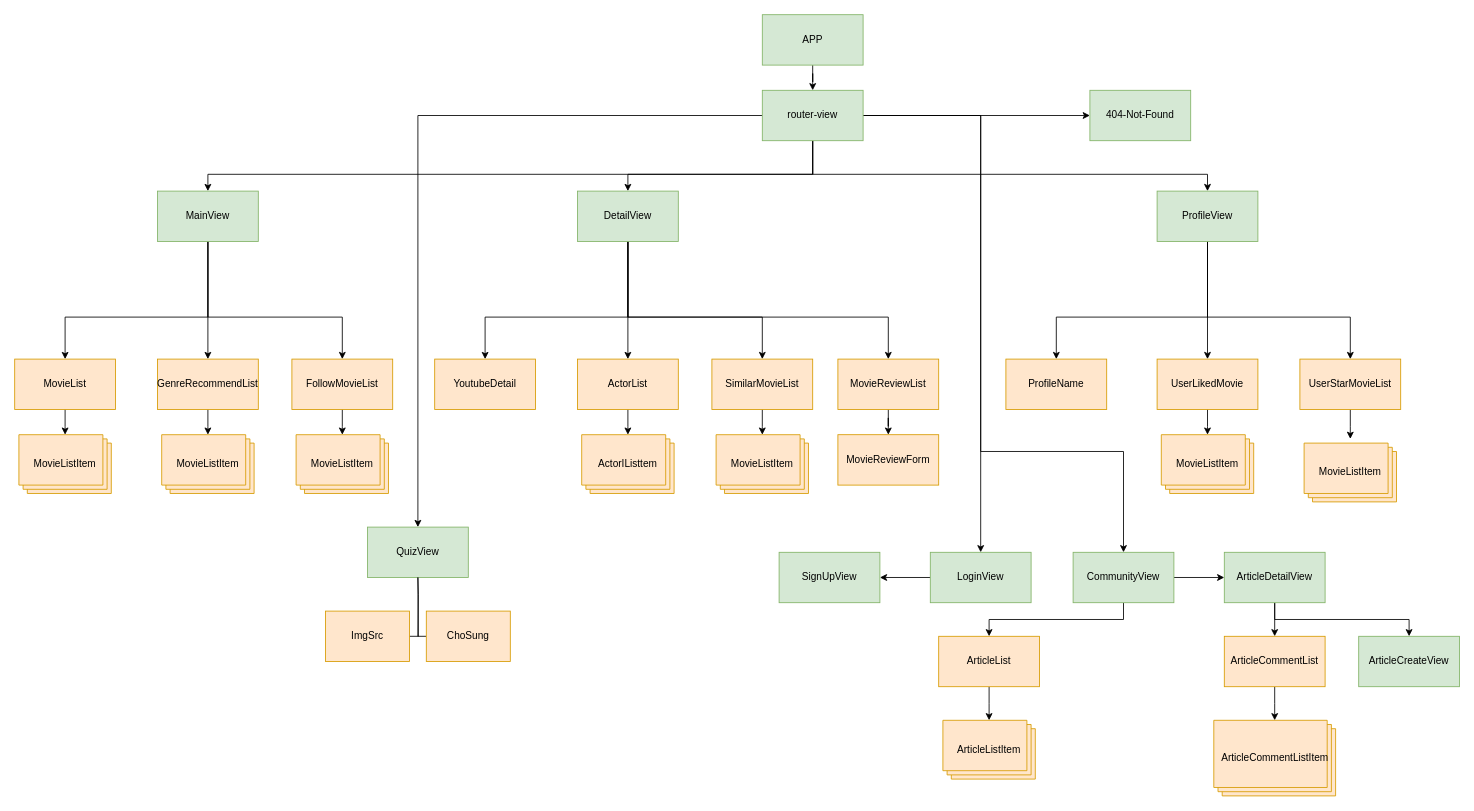
The draw.io diagram MOVIE_COMPONENTs.drawio in myonjin/online, before the edit. Source tidied: cells renumbered, new cells numbered last; positions are measured from the earlier drawing's top-left corner, leaving out a move shared by most shapes. Both pictures are drawn from the tidied source at 84%, with x=0, y=0 at pixel (14, 14).
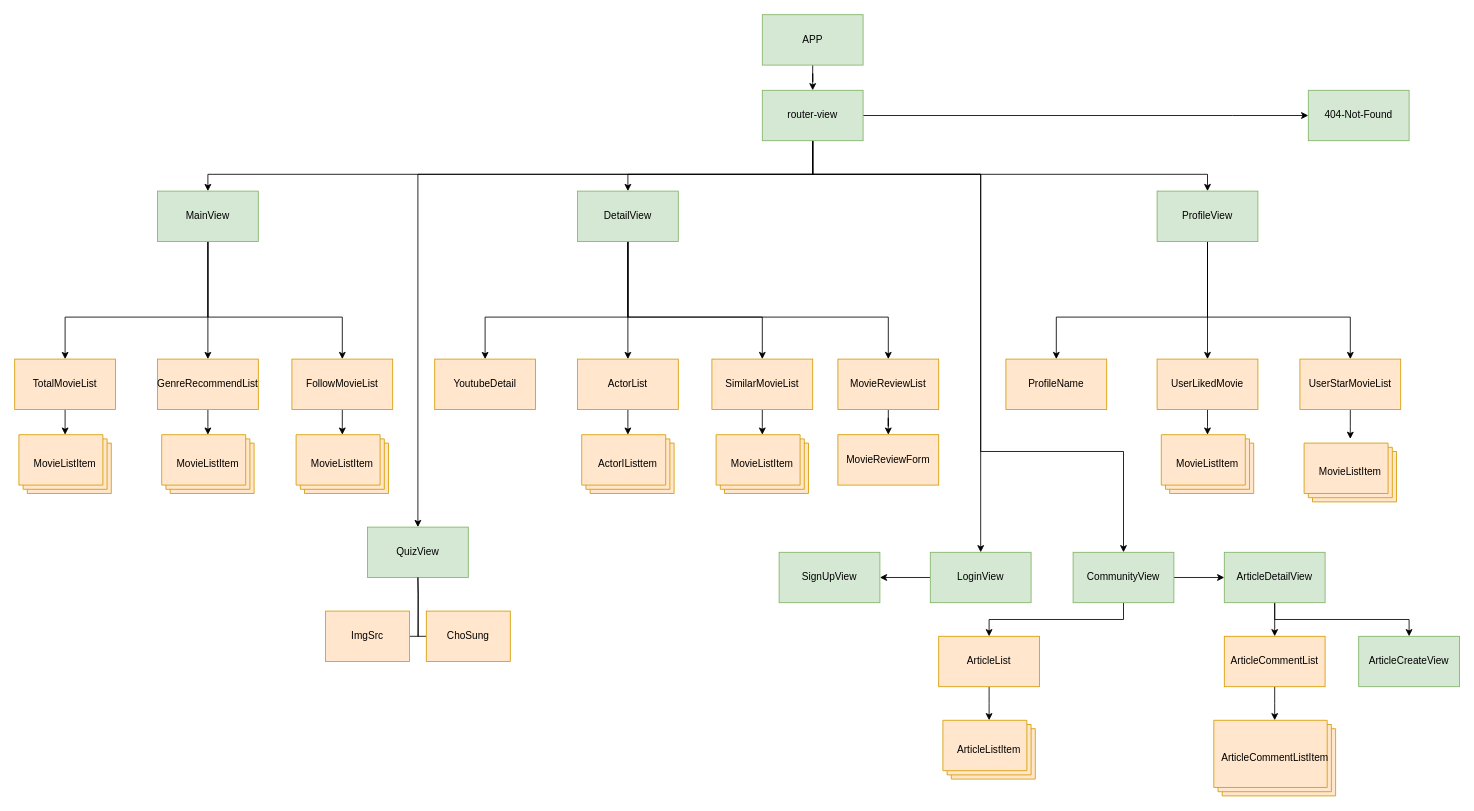
After the change.

Unchanged cells that the change refers to:
```xml
<mxCell id="11" value="router-view" style="whiteSpace=wrap;html=1;align=center;newEdgeStyle={&quot;edgeStyle&quot;:&quot;elbowEdgeStyle&quot;,&quot;startArrow&quot;:&quot;none&quot;,&quot;endArrow&quot;:&quot;none&quot;};fillColor=#d5e8d4;strokeColor=#82b366;" parent="1" vertex="1">
  <mxGeometry x="890" y="90" width="120" height="60" as="geometry" />
</mxCell>
<mxCell id="45" value="LoginView" style="whiteSpace=wrap;html=1;align=center;newEdgeStyle={&quot;edgeStyle&quot;:&quot;elbowEdgeStyle&quot;,&quot;startArrow&quot;:&quot;none&quot;,&quot;endArrow&quot;:&quot;none&quot;};fillColor=#d5e8d4;strokeColor=#82b366;" parent="1" vertex="1">
  <mxGeometry x="1090" y="640" width="120" height="60" as="geometry" />
</mxCell>
<mxCell id="49" value="CommunityView" style="whiteSpace=wrap;html=1;align=center;newEdgeStyle={&quot;edgeStyle&quot;:&quot;elbowEdgeStyle&quot;,&quot;startArrow&quot;:&quot;none&quot;,&quot;endArrow&quot;:&quot;none&quot;};fillColor=#d5e8d4;strokeColor=#82b366;" parent="1" vertex="1">
  <mxGeometry x="1260" y="640" width="120" height="60" as="geometry" />
</mxCell>
<mxCell id="50" value="QuizView" style="whiteSpace=wrap;html=1;align=center;newEdgeStyle={&quot;edgeStyle&quot;:&quot;elbowEdgeStyle&quot;,&quot;startArrow&quot;:&quot;none&quot;,&quot;endArrow&quot;:&quot;none&quot;};fillColor=#d5e8d4;strokeColor=#82b366;" parent="1" vertex="1">
  <mxGeometry x="420" y="610" width="120" height="60" as="geometry" />
</mxCell>
```

Change to the diagram source:
```diff
@@
     <mxCell id="7" style="edgeStyle=orthogonalEdgeStyle;rounded=0;jettySize=auto;html=1;" parent="1" edge="1" source="11" target="45">
-      <mxGeometry relative="1" as="geometry" />
+      <mxGeometry relative="1" as="geometry">
+        <Array as="points">
+          <mxPoint x="950" y="190" />
+          <mxPoint x="1150" y="190" />
+        </Array>
+      </mxGeometry>
     </mxCell>
     <mxCell id="8" style="edgeStyle=orthogonalEdgeStyle;rounded=0;jettySize=auto;html=1;" parent="1" edge="1" source="11" target="49">
       <mxGeometry relative="1" as="geometry">
         <Array as="points">
-          <mxPoint x="1150" y="120" />
+          <mxPoint x="950" y="190" />
+          <mxPoint x="1150" y="190" />
           <mxPoint x="1150" y="520" />
           <mxPoint x="1320" y="520" />
         </Array>
       </mxGeometry>
     </mxCell>
     <mxCell id="9" style="edgeStyle=orthogonalEdgeStyle;rounded=0;jettySize=auto;html=1;" parent="1" edge="1" source="11" target="50">
-      <mxGeometry relative="1" as="geometry" />
+      <mxGeometry relative="1" as="geometry">
+        <Array as="points">
+          <mxPoint x="950" y="190" />
+          <mxPoint x="480" y="190" />
+        </Array>
+      </mxGeometry>
     </mxCell>
-    <mxCell id="10" style="edgeStyle=orthogonalEdgeStyle;rounded=0;jettySize=auto;html=1;" parent="1" edge="1" source="11" target="60">
-      <mxGeometry relative="1" as="geometry" />
+    <mxCell id="10" style="edgeStyle=orthogonalEdgeStyle;rounded=0;jettySize=auto;html=1;entryX=0;entryY=0.5;entryDx=0;entryDy=0;" parent="1" edge="1" source="11" target="60">
+      <mxGeometry relative="1" as="geometry">
+        <Array as="points">
+          <mxPoint x="1450" y="120" />
+          <mxPoint x="1450" y="120" />
+        </Array>
+      </mxGeometry>
     </mxCell>
@@
-    <mxCell id="17" value="MovieList" style="whiteSpace=wrap;html=1;align=center;newEdgeStyle={&quot;edgeStyle&quot;:&quot;elbowEdgeStyle&quot;,&quot;startArrow&quot;:&quot;none&quot;,&quot;endArrow&quot;:&quot;none&quot;};fillColor=#ffe6cc;strokeColor=#d79b00;" parent="1" vertex="1">
+    <mxCell id="17" value="TotalMovieList" style="whiteSpace=wrap;html=1;align=center;newEdgeStyle={&quot;edgeStyle&quot;:&quot;elbowEdgeStyle&quot;,&quot;startArrow&quot;:&quot;none&quot;,&quot;endArrow&quot;:&quot;none&quot;};fillColor=#ffe6cc;strokeColor=#d79b00;" parent="1" vertex="1">
       <mxGeometry y="410" width="120" height="60" as="geometry" />
     </mxCell>
@@
     <mxCell id="60" value="404-Not-Found" style="whiteSpace=wrap;html=1;align=center;newEdgeStyle={&quot;edgeStyle&quot;:&quot;elbowEdgeStyle&quot;,&quot;startArrow&quot;:&quot;none&quot;,&quot;endArrow&quot;:&quot;none&quot;};fillColor=#d5e8d4;strokeColor=#82b366;fillStyle=auto;" parent="1" vertex="1">
-      <mxGeometry x="1280" y="90" width="120" height="60" as="geometry" />
+      <mxGeometry x="1540" y="90" width="120" height="60" as="geometry" />
     </mxCell>
```
